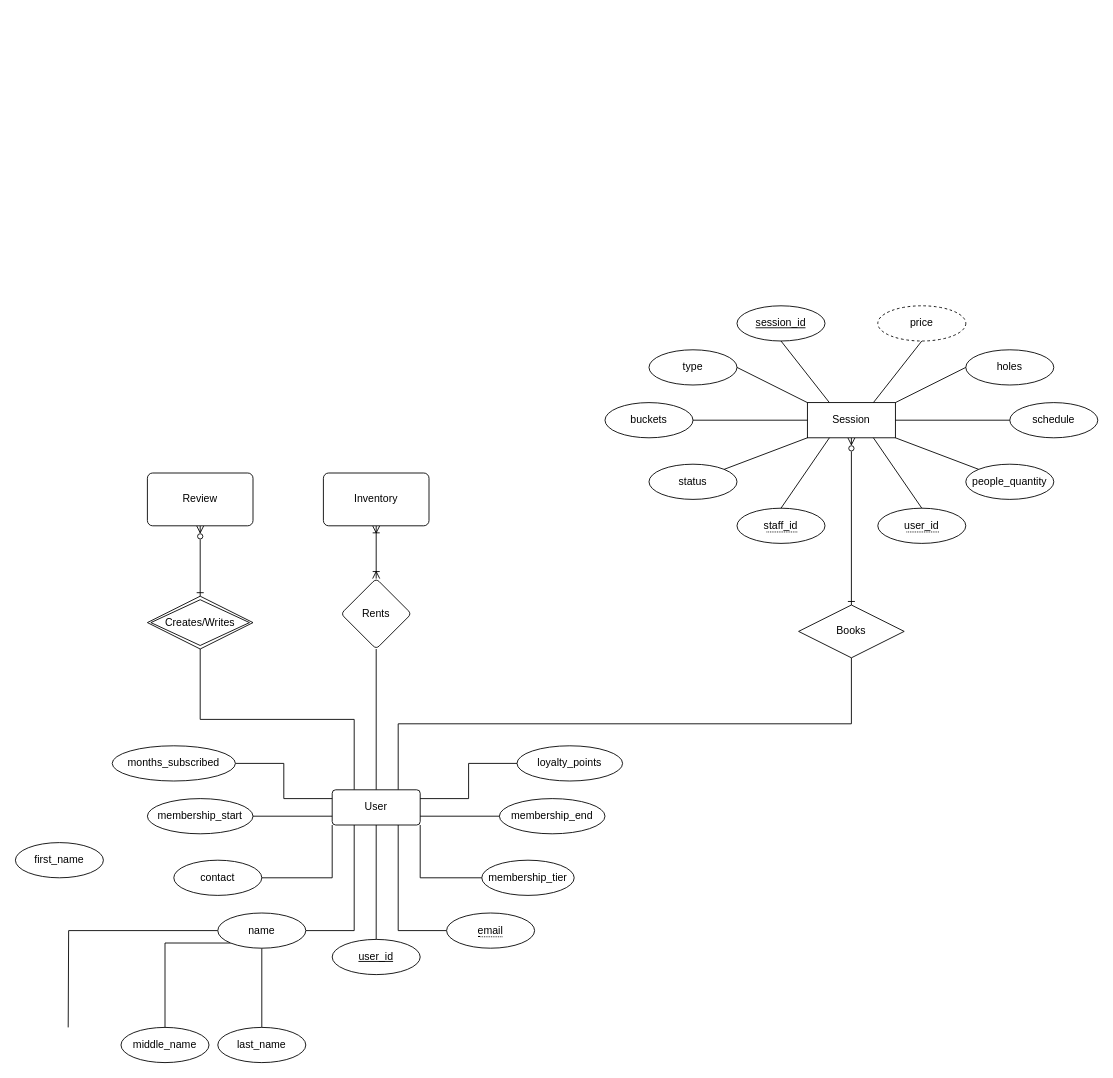
Earlier version of the draw.io diagram golf-chen-notation.drawio (johnllss/INFOM_DB-App_Gr3). Source tidied: cells renumbered, new cells numbered last; positions are measured from the earlier drawing's top-left corner, leaving out a move shared by most shapes. Both pictures are drawn from the tidied source at 88%, with x=0, y=0 at pixel (15, 305).
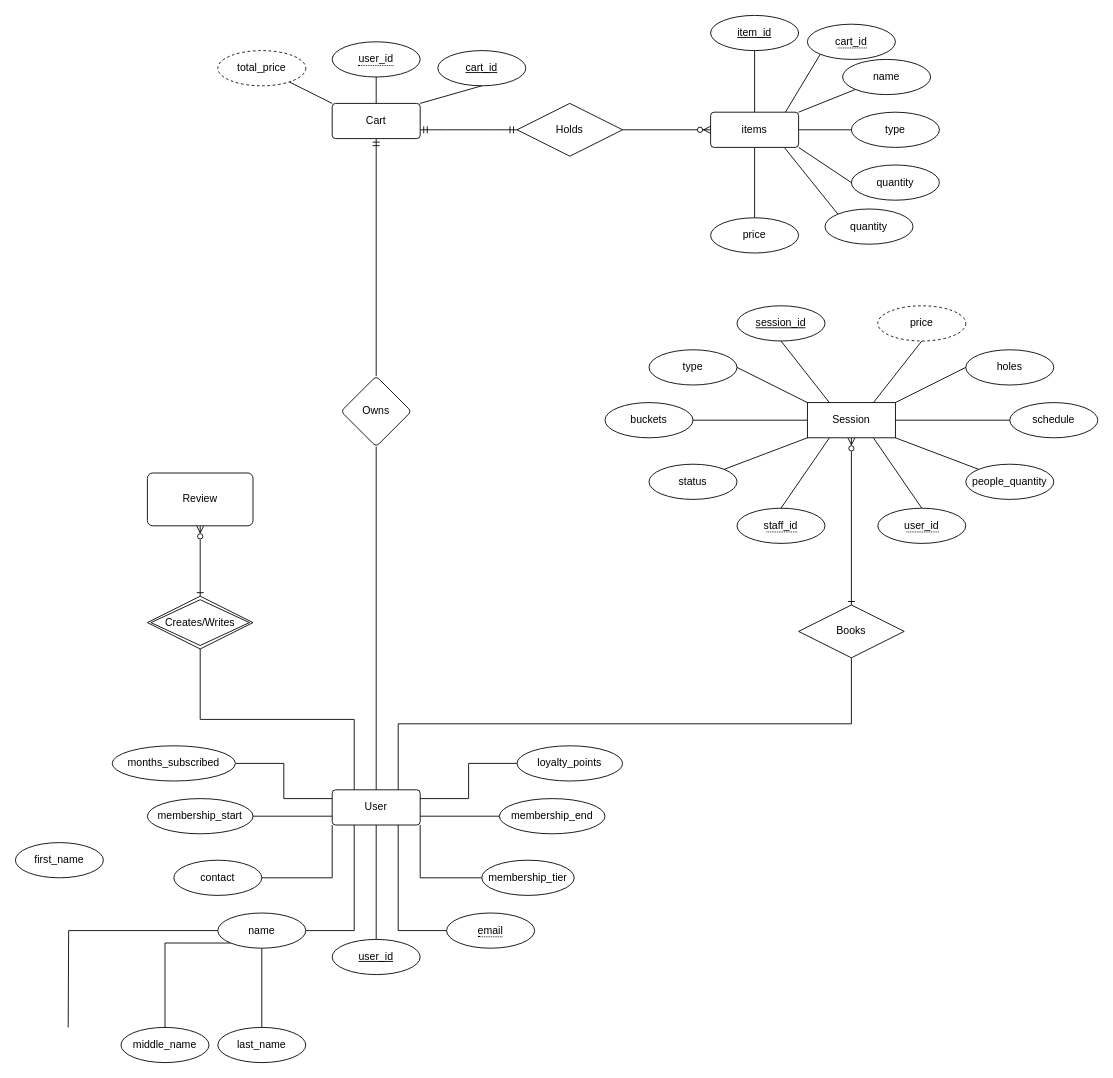
Above is the later version.

The edit, as a diff of the source:
```diff
@@
-    <mxCell id="34" style="edgeStyle=orthogonalEdgeStyle;rounded=0;jettySize=auto;html=1;endArrow=ERoneToMany;endFill=0;startArrow=ERoneToMany;startFill=0;" parent="1" edge="1" source="35" target="36">
-      <mxGeometry relative="1" as="geometry" />
-    </mxCell>
-    <mxCell id="35" value="Rents" style="rhombus;whiteSpace=wrap;html=1;rounded=1;arcSize=10;" parent="1" vertex="1">
-      <mxGeometry x="370" y="310" width="80" height="80" as="geometry" />
+    <mxCell id="35" value="Owns" style="rhombus;whiteSpace=wrap;html=1;rounded=1;arcSize=10;" parent="1" vertex="1">
+      <mxGeometry x="370" y="80" width="80" height="80" as="geometry" />
     </mxCell>
-    <mxCell id="36" value="Inventory" style="whiteSpace=wrap;html=1;rounded=1;arcSize=10;" parent="1" vertex="1">
-      <mxGeometry x="350" y="190" width="120" height="60" as="geometry" />
-    </mxCell>
@@
+    <mxCell id="59" value="Cart" style="rounded=1;arcSize=10;whiteSpace=wrap;html=1;align=center;" parent="1" vertex="1">
+      <mxGeometry x="360" y="-230" width="100" height="40" as="geometry" />
+    </mxCell>
+    <mxCell id="60" value="item_id" style="ellipse;whiteSpace=wrap;html=1;align=center;fontStyle=4;" parent="1" vertex="1">
+      <mxGeometry x="790" y="-330" width="100" height="40" as="geometry" />
+    </mxCell>
+    <mxCell id="61" style="endArrow=none;html=1;rounded=0;entryX=0.5;entryY=0;entryDx=0;entryDy=0;" parent="1" edge="1">
+      <mxGeometry relative="1" as="geometry">
+        <mxPoint x="840" y="-290" as="sourcePoint" />
+        <mxPoint x="840" y="-220" as="targetPoint" />
+      </mxGeometry>
+    </mxCell>
+    <mxCell id="62" value="name" style="ellipse;whiteSpace=wrap;html=1;align=center;" parent="1" vertex="1">
+      <mxGeometry x="940" y="-280" width="100" height="40" as="geometry" />
+    </mxCell>
+    <mxCell id="63" value="type" style="ellipse;whiteSpace=wrap;html=1;align=center;" parent="1" vertex="1">
+      <mxGeometry x="950" y="-220" width="100" height="40" as="geometry" />
+    </mxCell>
+    <mxCell id="64" value="quantity" style="ellipse;whiteSpace=wrap;html=1;align=center;" parent="1" vertex="1">
+      <mxGeometry x="950" y="-160" width="100" height="40" as="geometry" />
+    </mxCell>
+    <mxCell id="65" value="quantity" style="ellipse;whiteSpace=wrap;html=1;align=center;" parent="1" vertex="1">
+      <mxGeometry x="920" y="-110" width="100" height="40" as="geometry" />
+    </mxCell>
+    <mxCell id="66" value="price" style="ellipse;whiteSpace=wrap;html=1;align=center;" parent="1" vertex="1">
+      <mxGeometry x="790" y="-100" width="100" height="40" as="geometry" />
+    </mxCell>
+    <mxCell id="67" value="&lt;span style=&quot;border-bottom: 1px dotted&quot;&gt;cart_id&lt;/span&gt;" style="ellipse;whiteSpace=wrap;html=1;align=center;" parent="1" vertex="1">
+      <mxGeometry x="900" y="-320" width="100" height="40" as="geometry" />
+    </mxCell>
+    <mxCell id="68" style="endArrow=none;html=1;rounded=0;exitX=0;exitY=1;exitDx=0;exitDy=0;entryX=1;entryY=0;entryDx=0;entryDy=0;" parent="1" edge="1" source="62">
+      <mxGeometry relative="1" as="geometry">
+        <mxPoint x="890" y="-220" as="targetPoint" />
+      </mxGeometry>
+    </mxCell>
+    <mxCell id="69" style="endArrow=none;html=1;rounded=0;exitX=0;exitY=0.5;exitDx=0;exitDy=0;entryX=1;entryY=0.5;entryDx=0;entryDy=0;" parent="1" edge="1" source="63">
+      <mxGeometry relative="1" as="geometry">
+        <mxPoint x="890" y="-200" as="targetPoint" />
+      </mxGeometry>
+    </mxCell>
+    <mxCell id="70" style="endArrow=none;html=1;rounded=0;exitX=0;exitY=0.5;exitDx=0;exitDy=0;entryX=1;entryY=1;entryDx=0;entryDy=0;" parent="1" edge="1" source="64">
+      <mxGeometry relative="1" as="geometry">
+        <mxPoint x="890" y="-180" as="targetPoint" />
+      </mxGeometry>
+    </mxCell>
+    <mxCell id="71" style="endArrow=none;html=1;rounded=0;exitX=0.84;exitY=1.011;exitDx=0;exitDy=0;entryX=0;entryY=0;entryDx=0;entryDy=0;exitPerimeter=0;" parent="1" edge="1" target="65">
+      <mxGeometry relative="1" as="geometry">
+        <mxPoint x="874" y="-179.6" as="sourcePoint" />
+      </mxGeometry>
+    </mxCell>
+    <mxCell id="72" style="endArrow=none;html=1;rounded=0;exitX=0.5;exitY=1;exitDx=0;exitDy=0;entryX=0.5;entryY=0;entryDx=0;entryDy=0;" parent="1" edge="1" target="66">
+      <mxGeometry relative="1" as="geometry">
+        <mxPoint x="840" y="-180" as="sourcePoint" />
+      </mxGeometry>
+    </mxCell>
+    <mxCell id="73" style="endArrow=none;html=1;rounded=0;exitX=0;exitY=1;exitDx=0;exitDy=0;entryX=0.851;entryY=-0.004;entryDx=0;entryDy=0;entryPerimeter=0;" parent="1" edge="1" source="67">
+      <mxGeometry relative="1" as="geometry">
+        <mxPoint x="875.1" y="-220.2" as="targetPoint" />
+      </mxGeometry>
+    </mxCell>
+    <mxCell id="74" value="cart_id" style="ellipse;whiteSpace=wrap;html=1;align=center;fontStyle=4;" parent="1" vertex="1">
+      <mxGeometry x="480" y="-290" width="100" height="40" as="geometry" />
+    </mxCell>
+    <mxCell id="75" value="total_price" style="ellipse;whiteSpace=wrap;html=1;align=center;dashed=1;" parent="1" vertex="1">
+      <mxGeometry x="230" y="-290" width="100" height="40" as="geometry" />
+    </mxCell>
+    <mxCell id="76" value="&lt;span style=&quot;border-bottom: 1px dotted&quot;&gt;user_id&lt;/span&gt;" style="ellipse;whiteSpace=wrap;html=1;align=center;" parent="1" vertex="1">
+      <mxGeometry x="360" y="-300" width="100" height="40" as="geometry" />
+    </mxCell>
+    <mxCell id="77" style="endArrow=none;html=1;rounded=0;exitX=0.5;exitY=1;exitDx=0;exitDy=0;entryX=1;entryY=0;entryDx=0;entryDy=0;" parent="1" edge="1" source="74" target="59">
+      <mxGeometry relative="1" as="geometry" />
+    </mxCell>
+    <mxCell id="78" style="endArrow=none;html=1;rounded=0;exitX=0.5;exitY=1;exitDx=0;exitDy=0;entryX=0.5;entryY=0;entryDx=0;entryDy=0;" parent="1" edge="1" source="76" target="59">
+      <mxGeometry relative="1" as="geometry" />
+    </mxCell>
+    <mxCell id="79" style="endArrow=none;html=1;rounded=0;exitX=0;exitY=0;exitDx=0;exitDy=0;" parent="1" edge="1" source="59" target="75">
+      <mxGeometry relative="1" as="geometry" />
+    </mxCell>
+    <mxCell id="80" value="items" style="rounded=1;arcSize=10;whiteSpace=wrap;html=1;align=center;" parent="1" vertex="1">
+      <mxGeometry x="790" y="-220" width="100" height="40" as="geometry" />
+    </mxCell>
+    <mxCell id="81" value="Holds" style="shape=rhombus;perimeter=rhombusPerimeter;whiteSpace=wrap;html=1;align=center;" parent="1" vertex="1">
+      <mxGeometry x="570" y="-230" width="120" height="60" as="geometry" />
+    </mxCell>
+    <mxCell id="82" style="fontSize=12;html=1;endArrow=ERzeroToMany;endFill=1;rounded=0;exitX=1;exitY=0.5;exitDx=0;exitDy=0;entryX=0;entryY=0.5;entryDx=0;entryDy=0;" parent="1" edge="1" source="81" target="80">
+      <mxGeometry relative="1" as="geometry" />
+    </mxCell>
+    <mxCell id="83" style="fontSize=12;html=1;endArrow=ERmandOne;rounded=0;exitX=0.5;exitY=0;exitDx=0;exitDy=0;entryX=0.5;entryY=1;entryDx=0;entryDy=0;" parent="1" edge="1" source="35" target="59">
+      <mxGeometry relative="1" as="geometry" />
+    </mxCell>
+    <mxCell id="84" style="edgeStyle=entityRelationEdgeStyle;fontSize=12;html=1;endArrow=ERmandOne;startArrow=ERmandOne;rounded=0;exitX=1;exitY=0.75;exitDx=0;exitDy=0;entryX=0;entryY=0.5;entryDx=0;entryDy=0;" parent="1" edge="1" source="59" target="81">
+      <mxGeometry relative="1" as="geometry" />
+    </mxCell>
```
